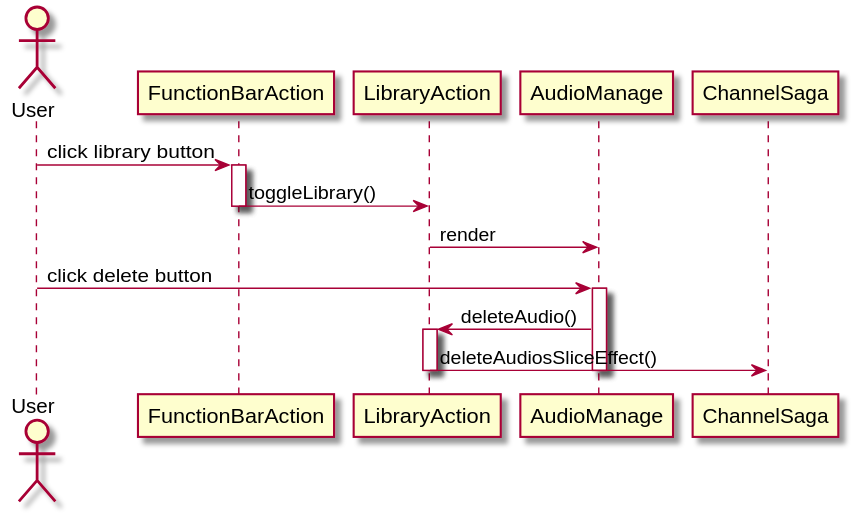
austudio-team/austudio-uml-graph keeps this PlantUML diagram as out/sequence_diagram/deleteAudio/deleteAudio.svg. Above is the earlier version.
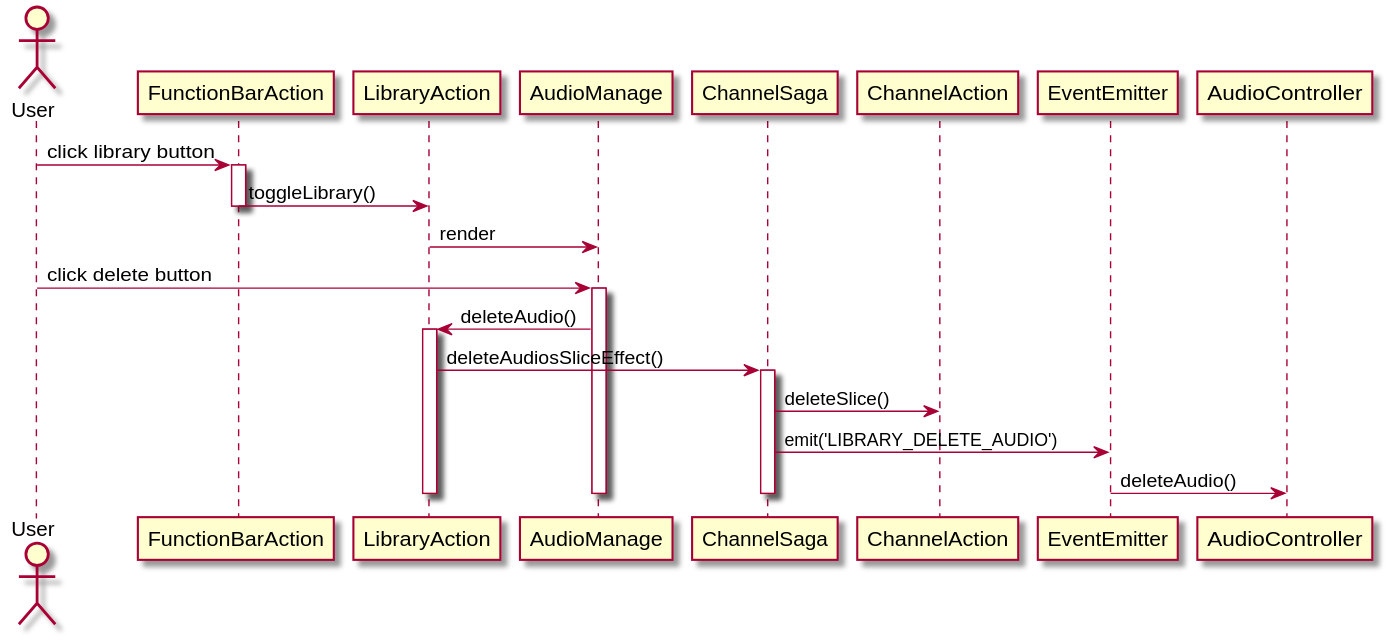
Later version of the same file.

Diff of the diagram source:
```diff
@@ -12,6 +12,11 @@
 AudioManage -> LibraryAction: deleteAudio()
 activate LibraryAction
 LibraryAction -> ChannelSaga: deleteAudiosSliceEffect()
+activate ChannelSaga
+ChannelSaga -> ChannelAction: deleteSlice()
+ChannelSaga -> EventEmitter: emit('LIBRARY_DELETE_AUDIO')
+EventEmitter -> AudioController: deleteAudio()
+deactivate ChannelSaga
 deactivate LibraryAction
 deactivate AudioManage
 @enduml
```
